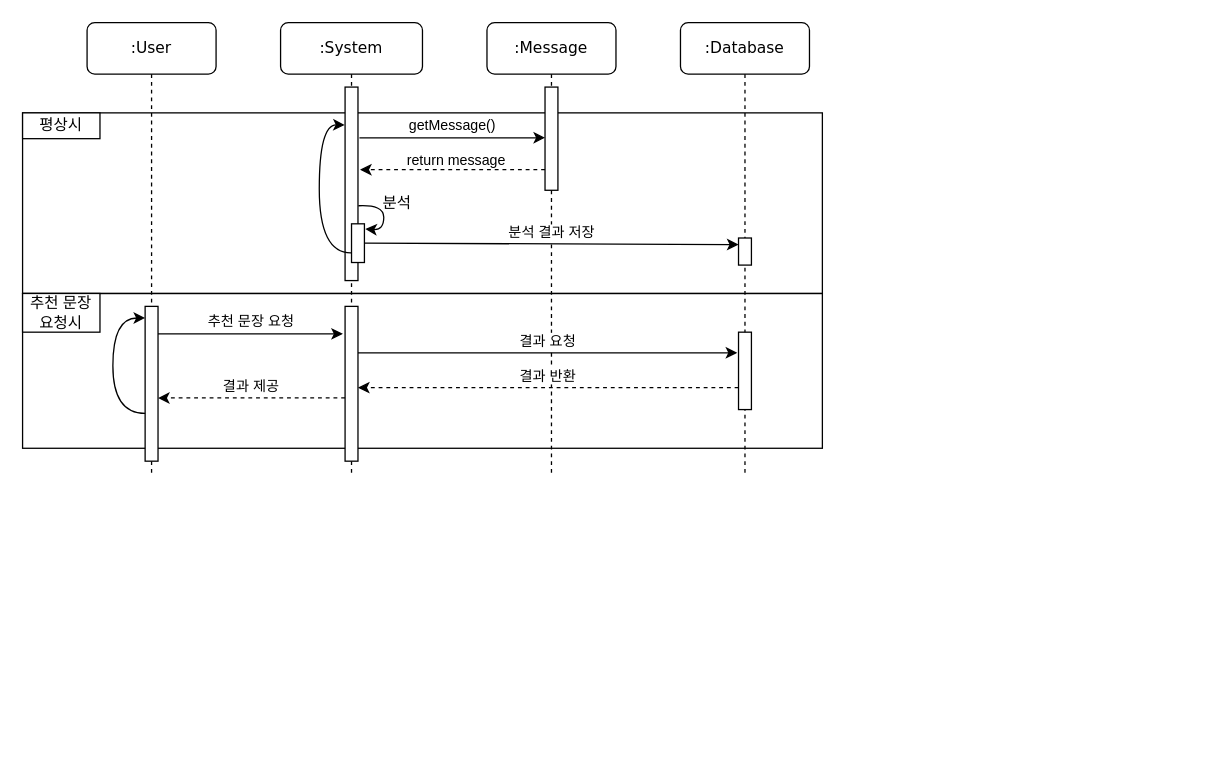
The draw.io diagram page "추천 문장 재요청" (5 of 5) of Diagram/대화도우미.drawio in Sir-u/Capstone_ThreeIdiots, before the edit. Source tidied: cells renumbered, new cells numbered last; positions are measured from the earlier drawing's top-left corner, leaving out a move shared by most shapes. Both pictures are drawn from the tidied source at 129%, with x=0, y=0 at pixel (22, 22).
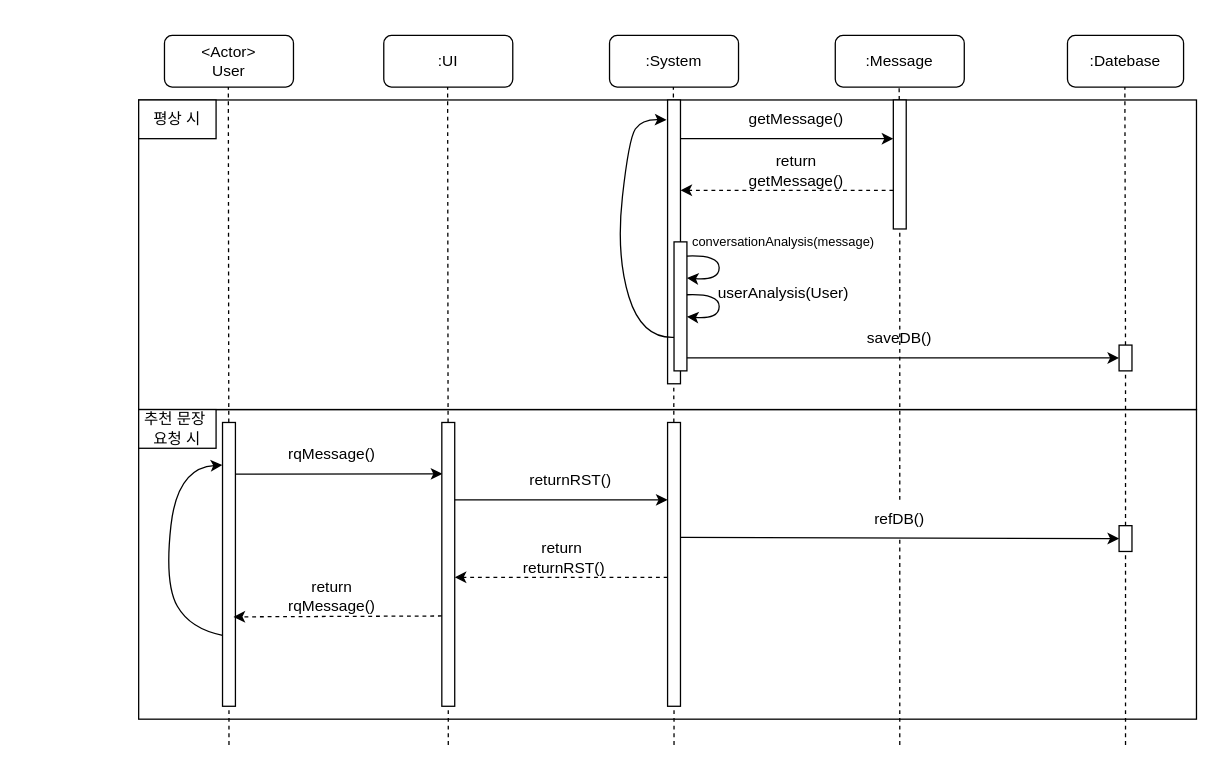
The same page after the edit.

Diff of the diagram source:
```diff
@@
-    <mxCell id="2" style="whiteSpace=wrap;html=1;fillColor=none;" parent="1" vertex="1">
-      <mxGeometry y="70" width="620" height="140" as="geometry" />
-    </mxCell>
-    <mxCell id="3" value="평상시" style="html=1;whiteSpace=wrap;" parent="1" vertex="1">
-      <mxGeometry y="70" width="60" height="20" as="geometry" />
-    </mxCell>
-    <mxCell id="4" style="whiteSpace=wrap;html=1;fillColor=none;" parent="1" vertex="1">
-      <mxGeometry y="210" width="620" height="120" as="geometry" />
-    </mxCell>
-    <mxCell id="5" value="추천 문장&lt;br&gt;요청시" style="html=1;whiteSpace=wrap;" parent="1" vertex="1">
-      <mxGeometry y="210" width="60" height="30" as="geometry" />
-    </mxCell>
+    <mxCell id="29" style="rounded=0;whiteSpace=wrap;html=1;fillColor=none;" parent="1" vertex="1">
+      <mxGeometry x="90" y="300" width="820" height="240" as="geometry" />
+    </mxCell>
+    <mxCell id="30" style="rounded=0;whiteSpace=wrap;html=1;fillColor=none;" parent="1" vertex="1">
+      <mxGeometry x="90" y="60" width="820" height="240" as="geometry" />
+    </mxCell>
+    <mxCell id="31" value="&amp;lt;Actor&amp;gt;&lt;br&gt;User" style="rounded=1;whiteSpace=wrap;html=1;" parent="1" vertex="1">
+      <mxGeometry x="110" y="10" width="100" height="40" as="geometry" />
+    </mxCell>
+    <mxCell id="32" value=":UI" style="rounded=1;whiteSpace=wrap;html=1;" parent="1" vertex="1">
+      <mxGeometry x="280" y="10" width="100" height="40" as="geometry" />
+    </mxCell>
-    <mxCell id="6" value=":System" style="shape=umlLifeline;perimeter=lifelinePerimeter;whiteSpace=wrap;html=1;rounded=1;shadow=0;comic=0;labelBackgroundColor=none;strokeWidth=1;fontFamily=Verdana;fontSize=12;align=center;" parent="1" vertex="1">
-      <mxGeometry x="200" width="110" height="350" as="geometry" />
+    <mxCell id="6" value=":System" style="rounded=1;whiteSpace=wrap;html=1;" parent="1" vertex="1">
+      <mxGeometry x="455" y="10" width="100" height="40" as="geometry" />
     </mxCell>
-    <mxCell id="7" style="html=1;points=[];perimeter=orthogonalPerimeter;rounded=0;shadow=0;comic=0;labelBackgroundColor=none;strokeWidth=1;fontFamily=Verdana;fontSize=12;align=center;" parent="6" vertex="1">
-      <mxGeometry x="50" y="50" width="10" height="150" as="geometry" />
-    </mxCell>
-    <mxCell id="8" style="curved=1;endArrow=classic;html=1;rounded=0;entryX=1.067;entryY=0.133;entryDx=0;entryDy=0;entryPerimeter=0;exitX=1.033;exitY=0.065;exitDx=0;exitDy=0;exitPerimeter=0;" parent="6" edge="1" target="9">
-      <mxGeometry relative="1" as="geometry">
-        <mxPoint x="60.3" y="142" as="sourcePoint" />
-        <Array as="points">
-          <mxPoint x="80" y="141" />
-          <mxPoint x="80" y="161" />
-        </Array>
-      </mxGeometry>
-    </mxCell>
-    <mxCell id="9" style="whiteSpace=wrap;html=1;" parent="6" vertex="1">
-      <mxGeometry x="55" y="156" width="10" height="30" as="geometry" />
-    </mxCell>
-    <mxCell id="10" value="분석" style="text;html=1;align=center;verticalAlign=middle;strokeColor=none;fillColor=none;" parent="6" vertex="1">
-      <mxGeometry x="70" y="125" width="40" height="30" as="geometry" />
-    </mxCell>
-    <mxCell id="11" style="curved=1;endArrow=classic;html=1;rounded=0;exitX=0;exitY=0.75;exitDx=0;exitDy=0;entryX=-0.029;entryY=0.196;entryDx=0;entryDy=0;entryPerimeter=0;" parent="6" edge="1" source="9" target="7">
-      <mxGeometry relative="1" as="geometry">
-        <Array as="points">
-          <mxPoint x="30" y="179" />
-          <mxPoint x="30" y="79" />
-        </Array>
-      </mxGeometry>
-    </mxCell>
-    <mxCell id="12" style="whiteSpace=wrap;html=1;" parent="6" vertex="1">
-      <mxGeometry x="50" y="220" width="10" height="120" as="geometry" />
-    </mxCell>
-    <mxCell id="13" value=":Database" style="shape=umlLifeline;perimeter=lifelinePerimeter;whiteSpace=wrap;html=1;rounded=1;shadow=0;comic=0;labelBackgroundColor=none;strokeWidth=1;fontFamily=Verdana;fontSize=12;align=center;" parent="1" vertex="1">
-      <mxGeometry x="510" width="100" height="350" as="geometry" />
-    </mxCell>
-    <mxCell id="14" style="html=1;perimeter=orthogonalPerimeter;rounded=0;shadow=0;comic=0;labelBackgroundColor=none;strokeWidth=1;fontFamily=Verdana;fontSize=12;align=center;" parent="13" vertex="1">
-      <mxGeometry x="45" y="167" width="10" height="21" as="geometry" />
-    </mxCell>
-    <mxCell id="15" style="whiteSpace=wrap;html=1;" parent="13" vertex="1">
-      <mxGeometry x="45" y="240" width="10" height="60" as="geometry" />
-    </mxCell>
-    <mxCell id="16" value=":User" style="shape=umlLifeline;perimeter=lifelinePerimeter;whiteSpace=wrap;html=1;rounded=1;shadow=0;comic=0;labelBackgroundColor=none;strokeWidth=1;fontFamily=Verdana;fontSize=12;align=center;" parent="1" vertex="1">
-      <mxGeometry x="50" width="100" height="350" as="geometry" />
-    </mxCell>
-    <mxCell id="17" style="html=1;perimeter=orthogonalPerimeter;targetShapes=umlLifeline;newEdgeStyle={&quot;edgeStyle&quot;:&quot;elbowEdgeStyle&quot;,&quot;elbow&quot;:&quot;vertical&quot;,&quot;curved&quot;:0,&quot;rounded&quot;:0};" parent="16" vertex="1">
-      <mxGeometry x="45" y="220" width="10" height="120" as="geometry" />
-    </mxCell>
-    <mxCell id="18" style="curved=1;endArrow=classic;html=1;rounded=0;" parent="16" edge="1">
-      <mxGeometry relative="1" as="geometry">
-        <mxPoint x="45" y="303" as="sourcePoint" />
-        <mxPoint x="45" y="229" as="targetPoint" />
-        <Array as="points">
-          <mxPoint x="20" y="303" />
-          <mxPoint x="20" y="229" />
-        </Array>
-      </mxGeometry>
-    </mxCell>
-    <mxCell id="19" value=":Message" style="shape=umlLifeline;perimeter=lifelinePerimeter;whiteSpace=wrap;html=1;rounded=1;shadow=0;comic=0;labelBackgroundColor=none;strokeWidth=1;fontFamily=Verdana;fontSize=12;align=center;" parent="1" vertex="1">
-      <mxGeometry x="360" width="100" height="350" as="geometry" />
+    <mxCell id="19" value=":Message" style="rounded=1;whiteSpace=wrap;html=1;" parent="1" vertex="1">
+      <mxGeometry x="630" y="10" width="100" height="40" as="geometry" />
     </mxCell>
-    <mxCell id="20" style="html=1;points=[];perimeter=orthogonalPerimeter;outlineConnect=0;targetShapes=umlLifeline;portConstraint=eastwest;newEdgeStyle={&quot;edgeStyle&quot;:&quot;elbowEdgeStyle&quot;,&quot;elbow&quot;:&quot;vertical&quot;,&quot;curved&quot;:0,&quot;rounded&quot;:0};" parent="19" vertex="1">
-      <mxGeometry x="45" y="50" width="10" height="80" as="geometry" />
-    </mxCell>
+    <mxCell id="33" value=":Datebase" style="rounded=1;whiteSpace=wrap;html=1;" parent="1" vertex="1">
+      <mxGeometry x="810" y="10" width="90" height="40" as="geometry" />
+    </mxCell>
+    <mxCell id="34" style="endArrow=none;dashed=1;html=1;rounded=0;" parent="1" edge="1" source="57">
+      <mxGeometry relative="1" as="geometry">
+        <mxPoint x="159.5" y="50" as="targetPoint" />
+      </mxGeometry>
+    </mxCell>
+    <mxCell id="35" style="endArrow=none;dashed=1;html=1;rounded=0;" parent="1" edge="1" source="60">
+      <mxGeometry relative="1" as="geometry">
+        <mxPoint x="329.5" y="50" as="targetPoint" />
+      </mxGeometry>
+    </mxCell>
+    <mxCell id="36" style="endArrow=none;dashed=1;html=1;rounded=0;" parent="1" edge="1" source="63">
+      <mxGeometry relative="1" as="geometry">
+        <mxPoint x="504.5" y="50" as="targetPoint" />
+      </mxGeometry>
+    </mxCell>
+    <mxCell id="37" style="endArrow=none;dashed=1;html=1;rounded=0;" parent="1" edge="1" source="41">
+      <mxGeometry relative="1" as="geometry">
+        <mxPoint x="679.5" y="50" as="targetPoint" />
+      </mxGeometry>
+    </mxCell>
+    <mxCell id="38" style="endArrow=none;dashed=1;html=1;rounded=0;" parent="1" edge="1" source="53">
+      <mxGeometry relative="1" as="geometry">
+        <mxPoint x="854.5" y="50" as="targetPoint" />
+      </mxGeometry>
+    </mxCell>
+    <mxCell id="39" style="rounded=0;whiteSpace=wrap;html=1;" parent="1" vertex="1">
+      <mxGeometry x="500" y="60" width="10" height="220" as="geometry" />
+    </mxCell>
+    <mxCell id="40" style="endArrow=none;dashed=1;html=1;rounded=0;" parent="1" edge="1" source="69" target="41">
+      <mxGeometry relative="1" as="geometry" />
+    </mxCell>
+    <mxCell id="41" style="rounded=0;whiteSpace=wrap;html=1;" parent="1" vertex="1">
+      <mxGeometry x="675" y="60" width="10" height="100" as="geometry" />
+    </mxCell>
+    <mxCell id="42" style="endArrow=classic;html=1;rounded=0;" parent="1" edge="1">
+      <mxGeometry relative="1" as="geometry">
+        <mxPoint x="510" y="90" as="sourcePoint" />
+        <mxPoint x="675" y="90" as="targetPoint" />
+      </mxGeometry>
+    </mxCell>
-    <mxCell id="21" value="getMessage()" style="edgeStyle=none;jettySize=auto;html=1;rounded=0;verticalAlign=bottom;exitX=1.114;exitY=0.262;exitDx=0;exitDy=0;exitPerimeter=0;" parent="1" edge="1" source="7" target="20">
-      <mxGeometry relative="1" as="geometry" />
+    <mxCell id="21" value="getMessage()" style="text;html=1;strokeColor=none;fillColor=none;align=center;verticalAlign=middle;whiteSpace=wrap;rounded=0;" parent="1" vertex="1">
+      <mxGeometry x="570" y="60" width="60" height="30" as="geometry" />
     </mxCell>
-    <mxCell id="22" style="edgeStyle=none;jettySize=auto;html=1;rounded=0;dashed=1;entryX=1.162;entryY=0.427;entryDx=0;entryDy=0;entryPerimeter=0;" parent="1" edge="1" source="20" target="7">
-      <mxGeometry relative="1" as="geometry" />
-    </mxCell>
-    <mxCell id="23" value="return message" style="edgeLabel;html=1;align=center;verticalAlign=bottom;" parent="22" vertex="1">
-      <mxGeometry x="-0.16" y="1" relative="1" as="geometry">
-        <mxPoint x="-10" as="offset" />
-      </mxGeometry>
-    </mxCell>
-    <mxCell id="24" value="분석 결과 저장" style="edgeStyle=none;jettySize=auto;html=1;rounded=0;verticalAlign=bottom;" parent="1" edge="1" source="9">
-      <mxGeometry relative="1" as="geometry">
-        <mxPoint x="555" y="172.1" as="targetPoint" />
-      </mxGeometry>
-    </mxCell>
-    <mxCell id="25" value="추천 문장 요청" style="edgeStyle=none;orthogonalLoop=1;jettySize=auto;html=1;rounded=0;verticalAlign=bottom;entryX=-0.171;entryY=0.094;entryDx=0;entryDy=0;entryPerimeter=0;" parent="1" edge="1">
-      <mxGeometry relative="1" as="geometry">
-        <mxPoint x="105" y="241.3" as="sourcePoint" />
-        <mxPoint x="248.3" y="241.3" as="targetPoint" />
-      </mxGeometry>
-    </mxCell>
-    <mxCell id="26" value="결과 요청" style="edgeStyle=none;orthogonalLoop=1;jettySize=auto;html=1;rounded=0;verticalAlign=bottom;" parent="1" edge="1">
-      <mxGeometry relative="1" as="geometry">
-        <mxPoint x="260" y="256" as="sourcePoint" />
-        <mxPoint x="554" y="256" as="targetPoint" />
-      </mxGeometry>
-    </mxCell>
-    <mxCell id="27" value="결과 반환" style="edgeStyle=none;orthogonalLoop=1;jettySize=auto;html=1;rounded=0;entryX=1;entryY=0.5;entryDx=0;entryDy=0;verticalAlign=bottom;dashed=1;" parent="1" edge="1">
-      <mxGeometry relative="1" as="geometry">
-        <mxPoint x="555" y="283" as="sourcePoint" />
-        <mxPoint x="260" y="283" as="targetPoint" />
-      </mxGeometry>
-    </mxCell>
-    <mxCell id="28" value="결과 제공" style="edgeStyle=none;orthogonalLoop=1;jettySize=auto;html=1;rounded=0;verticalAlign=bottom;dashed=1;" parent="1" edge="1">
-      <mxGeometry relative="1" as="geometry">
-        <mxPoint x="250" y="291" as="sourcePoint" />
-        <mxPoint x="105" y="291" as="targetPoint" />
-      </mxGeometry>
-    </mxCell>
+    <mxCell id="43" style="endArrow=classic;html=1;rounded=0;dashed=1;" parent="1" edge="1">
+      <mxGeometry relative="1" as="geometry">
+        <mxPoint x="675" y="130" as="sourcePoint" />
+        <mxPoint x="510" y="130" as="targetPoint" />
+      </mxGeometry>
+    </mxCell>
+    <mxCell id="44" value="return getMessage()" style="text;html=1;strokeColor=none;fillColor=none;align=center;verticalAlign=middle;whiteSpace=wrap;rounded=0;" parent="1" vertex="1">
+      <mxGeometry x="570" y="100" width="60" height="30" as="geometry" />
+    </mxCell>
+    <mxCell id="45" style="rounded=0;whiteSpace=wrap;html=1;" parent="1" vertex="1">
+      <mxGeometry x="505" y="170" width="10" height="100" as="geometry" />
+    </mxCell>
+    <mxCell id="46" style="curved=1;endArrow=classic;html=1;rounded=0;exitX=1.044;exitY=0.159;exitDx=0;exitDy=0;exitPerimeter=0;entryX=1;entryY=0.4;entryDx=0;entryDy=0;entryPerimeter=0;" parent="1" edge="1">
+      <mxGeometry relative="1" as="geometry">
+        <mxPoint x="515" y="181" as="sourcePoint" />
+        <mxPoint x="515" y="198" as="targetPoint" />
+        <Array as="points">
+          <mxPoint x="540" y="180" />
+          <mxPoint x="540" y="200" />
+        </Array>
+      </mxGeometry>
+    </mxCell>
+    <mxCell id="47" value="userAnalysis(User)" style="text;html=1;strokeColor=none;fillColor=none;align=center;verticalAlign=middle;whiteSpace=wrap;rounded=0;" parent="1" vertex="1">
+      <mxGeometry x="560" y="195" width="60" height="30" as="geometry" />
+    </mxCell>
+    <mxCell id="48" style="curved=1;endArrow=classic;html=1;rounded=0;exitX=1.044;exitY=0.159;exitDx=0;exitDy=0;exitPerimeter=0;entryX=1;entryY=0.4;entryDx=0;entryDy=0;entryPerimeter=0;" parent="1" edge="1">
+      <mxGeometry relative="1" as="geometry">
+        <mxPoint x="515" y="211" as="sourcePoint" />
+        <mxPoint x="515" y="228" as="targetPoint" />
+        <Array as="points">
+          <mxPoint x="540" y="210" />
+          <mxPoint x="540" y="230" />
+        </Array>
+      </mxGeometry>
+    </mxCell>
+    <mxCell id="49" value="&lt;font style=&quot;font-size: 10px;&quot;&gt;conversationAnalysis(message)&lt;/font&gt;" style="text;html=1;strokeColor=none;fillColor=none;align=center;verticalAlign=middle;whiteSpace=wrap;rounded=0;" parent="1" vertex="1">
+      <mxGeometry x="580" y="155" width="20" height="30" as="geometry" />
+    </mxCell>
+    <mxCell id="50" style="curved=1;endArrow=classic;html=1;rounded=0;exitX=1.044;exitY=0.159;exitDx=0;exitDy=0;exitPerimeter=0;entryX=-0.086;entryY=0.07;entryDx=0;entryDy=0;entryPerimeter=0;" parent="1" edge="1" target="39">
+      <mxGeometry relative="1" as="geometry">
+        <mxPoint x="505" y="244" as="sourcePoint" />
+        <Array as="points">
+          <mxPoint x="480" y="245" />
+          <mxPoint x="460" y="180" />
+          <mxPoint x="470" y="90" />
+          <mxPoint x="480" y="75" />
+        </Array>
+      </mxGeometry>
+    </mxCell>
+    <mxCell id="51" style="endArrow=classic;html=1;rounded=0;" parent="1" edge="1">
+      <mxGeometry relative="1" as="geometry">
+        <mxPoint x="515" y="260" as="sourcePoint" />
+        <mxPoint x="850" y="260" as="targetPoint" />
+      </mxGeometry>
+    </mxCell>
+    <mxCell id="52" style="endArrow=none;dashed=1;html=1;rounded=0;" parent="1" edge="1" source="75" target="53">
+      <mxGeometry relative="1" as="geometry" />
+    </mxCell>
+    <mxCell id="53" style="rounded=0;whiteSpace=wrap;html=1;" parent="1" vertex="1">
+      <mxGeometry x="850" y="250" width="10" height="20" as="geometry" />
+    </mxCell>
+    <mxCell id="54" value="평상 시" style="rounded=0;whiteSpace=wrap;html=1;" parent="1" vertex="1">
+      <mxGeometry x="90" y="60" width="60" height="30" as="geometry" />
+    </mxCell>
+    <mxCell id="55" value="추천 문장&amp;nbsp;&lt;br&gt;요청 시" style="rounded=0;whiteSpace=wrap;html=1;" parent="1" vertex="1">
+      <mxGeometry x="90" y="300" width="60" height="30" as="geometry" />
+    </mxCell>
+    <mxCell id="56" style="endArrow=none;dashed=1;html=1;rounded=0;" parent="1" edge="1" target="57">
+      <mxGeometry relative="1" as="geometry">
+        <mxPoint x="160" y="560" as="sourcePoint" />
+      </mxGeometry>
+    </mxCell>
+    <mxCell id="57" style="rounded=0;whiteSpace=wrap;html=1;" parent="1" vertex="1">
+      <mxGeometry x="155" y="310" width="10" height="220" as="geometry" />
+    </mxCell>
+    <mxCell id="58" style="endArrow=classic;html=1;rounded=0;entryX=0.043;entryY=0.181;entryDx=0;entryDy=0;entryPerimeter=0;" parent="1" edge="1" target="60">
+      <mxGeometry relative="1" as="geometry">
+        <mxPoint x="165" y="350" as="sourcePoint" />
+      </mxGeometry>
+    </mxCell>
+    <mxCell id="59" style="endArrow=none;dashed=1;html=1;rounded=0;" parent="1" edge="1" target="60">
+      <mxGeometry relative="1" as="geometry">
+        <mxPoint x="330" y="560" as="sourcePoint" />
+      </mxGeometry>
+    </mxCell>
+    <mxCell id="60" style="rounded=0;whiteSpace=wrap;html=1;" parent="1" vertex="1">
+      <mxGeometry x="325" y="310" width="10" height="220" as="geometry" />
+    </mxCell>
+    <mxCell id="61" value="rqMessage()" style="text;html=1;strokeColor=none;fillColor=none;align=center;verticalAlign=middle;whiteSpace=wrap;rounded=0;" parent="1" vertex="1">
+      <mxGeometry x="210" y="320" width="60" height="30" as="geometry" />
+    </mxCell>
+    <mxCell id="62" style="endArrow=none;dashed=1;html=1;rounded=0;" parent="1" edge="1" target="63">
+      <mxGeometry relative="1" as="geometry">
+        <mxPoint x="505" y="560" as="sourcePoint" />
+      </mxGeometry>
+    </mxCell>
+    <mxCell id="63" style="rounded=0;whiteSpace=wrap;html=1;" parent="1" vertex="1">
+      <mxGeometry x="500" y="310" width="10" height="220" as="geometry" />
+    </mxCell>
+    <mxCell id="64" style="endArrow=classic;html=1;rounded=0;" parent="1" edge="1">
+      <mxGeometry relative="1" as="geometry">
+        <mxPoint x="335" y="370" as="sourcePoint" />
+        <mxPoint x="500" y="370" as="targetPoint" />
+      </mxGeometry>
+    </mxCell>
+    <mxCell id="65" value="returnRST()" style="text;html=1;strokeColor=none;fillColor=none;align=center;verticalAlign=middle;whiteSpace=wrap;rounded=0;" parent="1" vertex="1">
+      <mxGeometry x="395" y="340" width="60" height="30" as="geometry" />
+    </mxCell>
+    <mxCell id="66" style="endArrow=classic;html=1;rounded=0;exitX=1.043;exitY=0.405;exitDx=0;exitDy=0;exitPerimeter=0;entryX=0;entryY=0.5;entryDx=0;entryDy=0;" parent="1" edge="1" source="63" target="75">
+      <mxGeometry relative="1" as="geometry" />
+    </mxCell>
+    <mxCell id="67" style="endArrow=none;dashed=1;html=1;rounded=0;" parent="1" edge="1" target="69">
+      <mxGeometry relative="1" as="geometry">
+        <mxPoint x="680" y="560" as="sourcePoint" />
+      </mxGeometry>
+    </mxCell>
+    <mxCell id="68" value="saveDB()" style="text;html=1;strokeColor=none;fillColor=none;align=center;verticalAlign=middle;whiteSpace=wrap;rounded=0;fontSize=12;" parent="1" vertex="1">
+      <mxGeometry x="650" y="230" width="60" height="30" as="geometry" />
+    </mxCell>
+    <mxCell id="69" value="refDB()" style="text;html=1;strokeColor=none;fillColor=none;align=center;verticalAlign=middle;whiteSpace=wrap;rounded=0;" parent="1" vertex="1">
+      <mxGeometry x="650" y="370" width="60" height="30" as="geometry" />
+    </mxCell>
+    <mxCell id="70" style="endArrow=classic;html=1;rounded=0;dashed=1;" parent="1" edge="1">
+      <mxGeometry relative="1" as="geometry">
+        <mxPoint x="500" y="430" as="sourcePoint" />
+        <mxPoint x="335" y="430" as="targetPoint" />
+      </mxGeometry>
+    </mxCell>
+    <mxCell id="71" value="return&amp;nbsp;&lt;br&gt;returnRST()" style="text;html=1;strokeColor=none;fillColor=none;align=center;verticalAlign=middle;whiteSpace=wrap;rounded=0;" parent="1" vertex="1">
+      <mxGeometry x="390" y="400" width="60" height="30" as="geometry" />
+    </mxCell>
+    <mxCell id="72" style="endArrow=classic;html=1;rounded=0;entryX=0.852;entryY=0.685;entryDx=0;entryDy=0;entryPerimeter=0;dashed=1;" parent="1" edge="1" target="57">
+      <mxGeometry relative="1" as="geometry">
+        <mxPoint x="325" y="460" as="sourcePoint" />
+      </mxGeometry>
+    </mxCell>
+    <mxCell id="73" value="return&lt;br&gt;rqMessage()" style="text;html=1;strokeColor=none;fillColor=none;align=center;verticalAlign=middle;whiteSpace=wrap;rounded=0;" parent="1" vertex="1">
+      <mxGeometry x="210" y="430" width="60" height="30" as="geometry" />
+    </mxCell>
+    <mxCell id="74" style="endArrow=none;dashed=1;html=1;rounded=0;" parent="1" edge="1" target="75">
+      <mxGeometry relative="1" as="geometry">
+        <mxPoint x="855" y="560" as="sourcePoint" />
+      </mxGeometry>
+    </mxCell>
+    <mxCell id="75" style="rounded=0;whiteSpace=wrap;html=1;" parent="1" vertex="1">
+      <mxGeometry x="850" y="390" width="10" height="20" as="geometry" />
+    </mxCell>
+    <mxCell id="76" style="curved=1;endArrow=classic;html=1;rounded=0;exitX=0;exitY=0.75;exitDx=0;exitDy=0;entryX=-0.02;entryY=0.15;entryDx=0;entryDy=0;entryPerimeter=0;" parent="1" edge="1" source="57" target="57">
+      <mxGeometry relative="1" as="geometry">
+        <Array as="points">
+          <mxPoint x="130" y="470" />
+          <mxPoint x="110" y="435" />
+          <mxPoint x="120" y="345" />
+        </Array>
+      </mxGeometry>
+    </mxCell>
```
